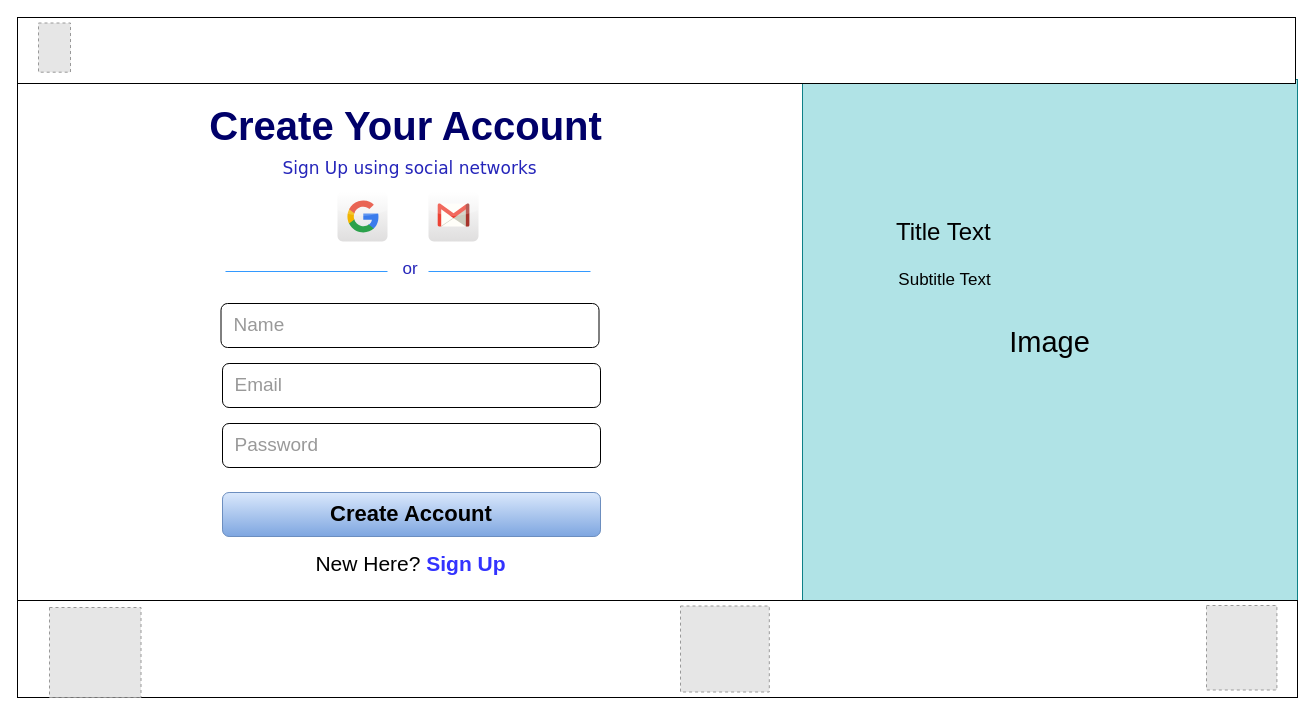
Before: page "Register" (3 of 3) of Untitled Diagram.drawio in ayushi1719/ecommerce, a draw.io diagram. Source tidied: cells renumbered, new cells numbered last; positions are measured from the earlier drawing's top-left corner, leaving out a move shared by most shapes. Both pictures are drawn from the tidied source at 100%, with x=0, y=0 at pixel (17, 17). Pictures stored in the file or linked from it are replaced by grey dashed boxes.
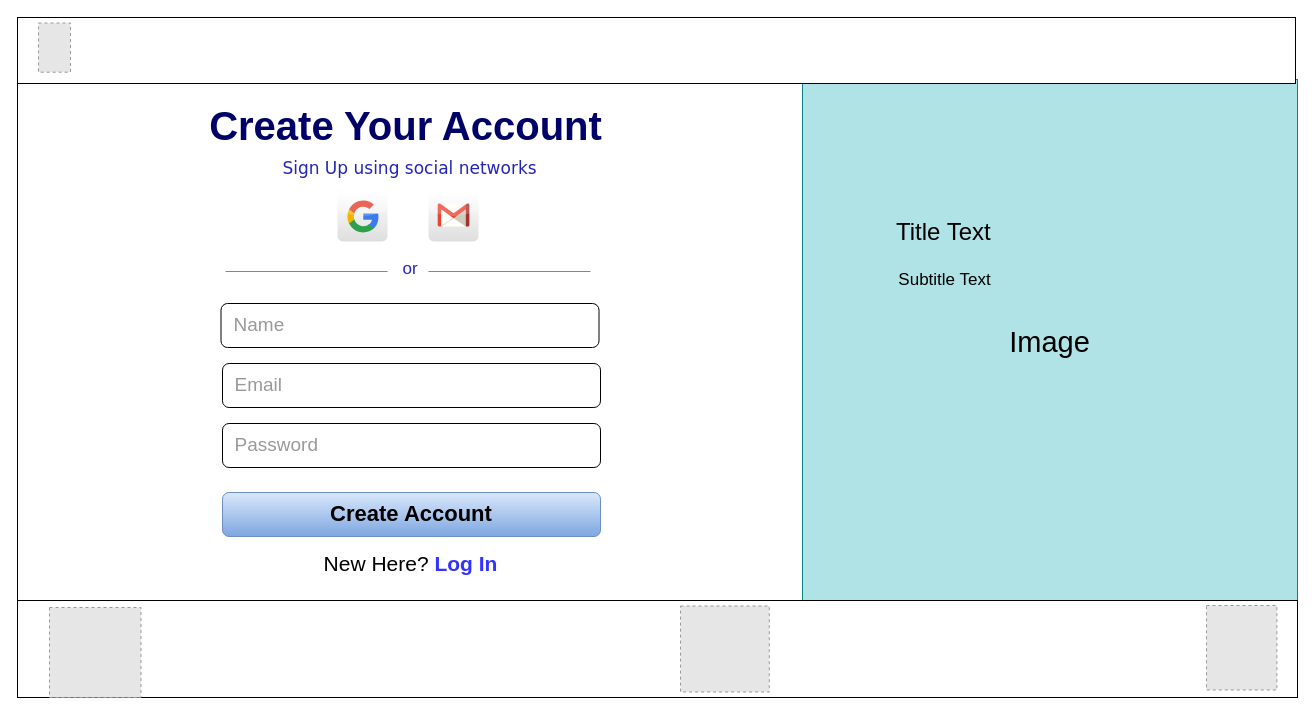
After the change.

Commit message:
login + register page

The edit, as a diff of the source:
```diff
@@
-    <mxCell id="16" value="&lt;font style=&quot;font-size: 21px;&quot;&gt;New Here?&lt;/font&gt;&lt;font color=&quot;#3333ff&quot; style=&quot;font-size: 21px;&quot;&gt; &lt;b&gt;Sign Up&lt;/b&gt;&lt;/font&gt;" style="text;strokeColor=none;align=center;fillColor=none;html=1;verticalAlign=middle;whiteSpace=wrap;rounded=0;" parent="1" vertex="1">
+    <mxCell id="16" value="&lt;font style=&quot;font-size: 21px;&quot;&gt;New Here?&lt;/font&gt;&lt;font color=&quot;#3333ff&quot; style=&quot;font-size: 21px;&quot;&gt;&amp;nbsp;&lt;b&gt;Log&amp;nbsp;In&lt;/b&gt;&lt;/font&gt;" style="text;strokeColor=none;align=center;fillColor=none;html=1;verticalAlign=middle;whiteSpace=wrap;rounded=0;" parent="1" vertex="1">
       <mxGeometry x="205" y="528" width="376.5" height="36" as="geometry" />
     </mxCell>
```
